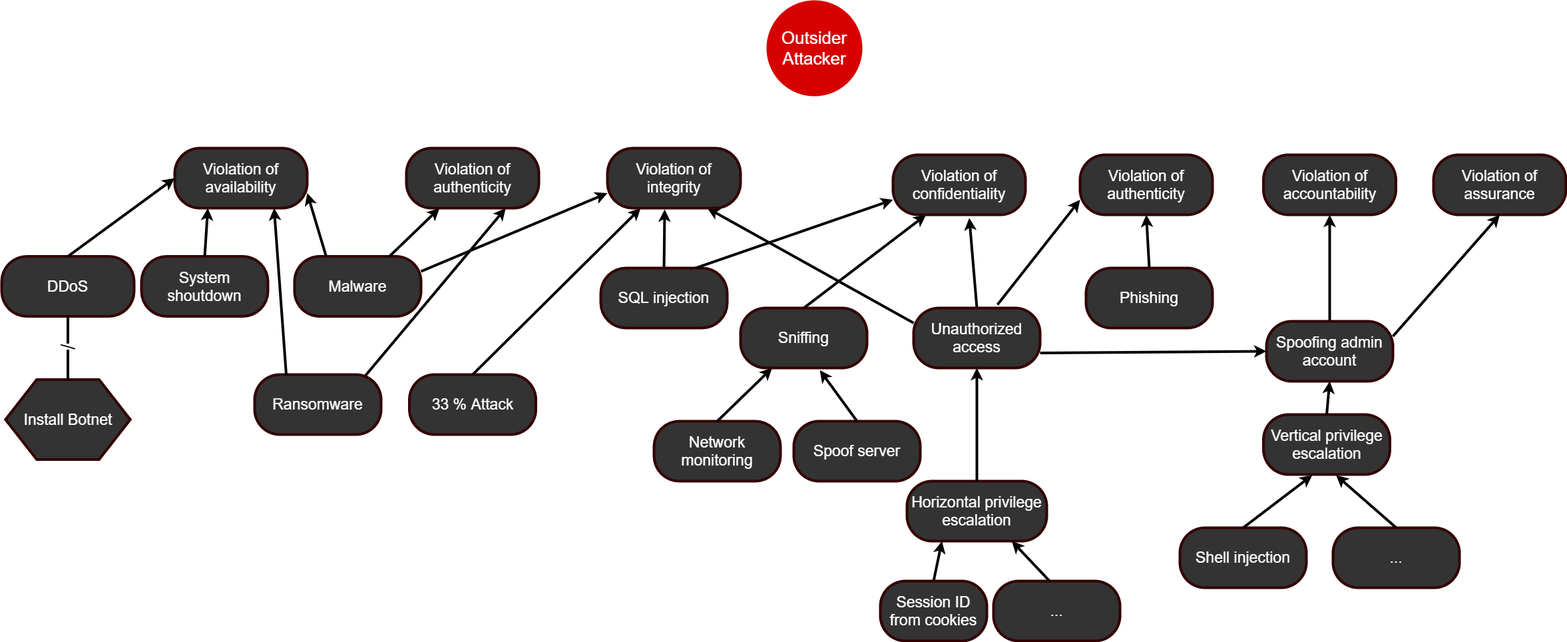
Above: png/Outsider attack trees.png in marzdeveloper/SoftwareCybersecurity (draw.io), before the change. Source tidied: cells renumbered, new cells last; positions are measured from the earlier drawing's top-left corner, leaving out a move shared by most shapes.
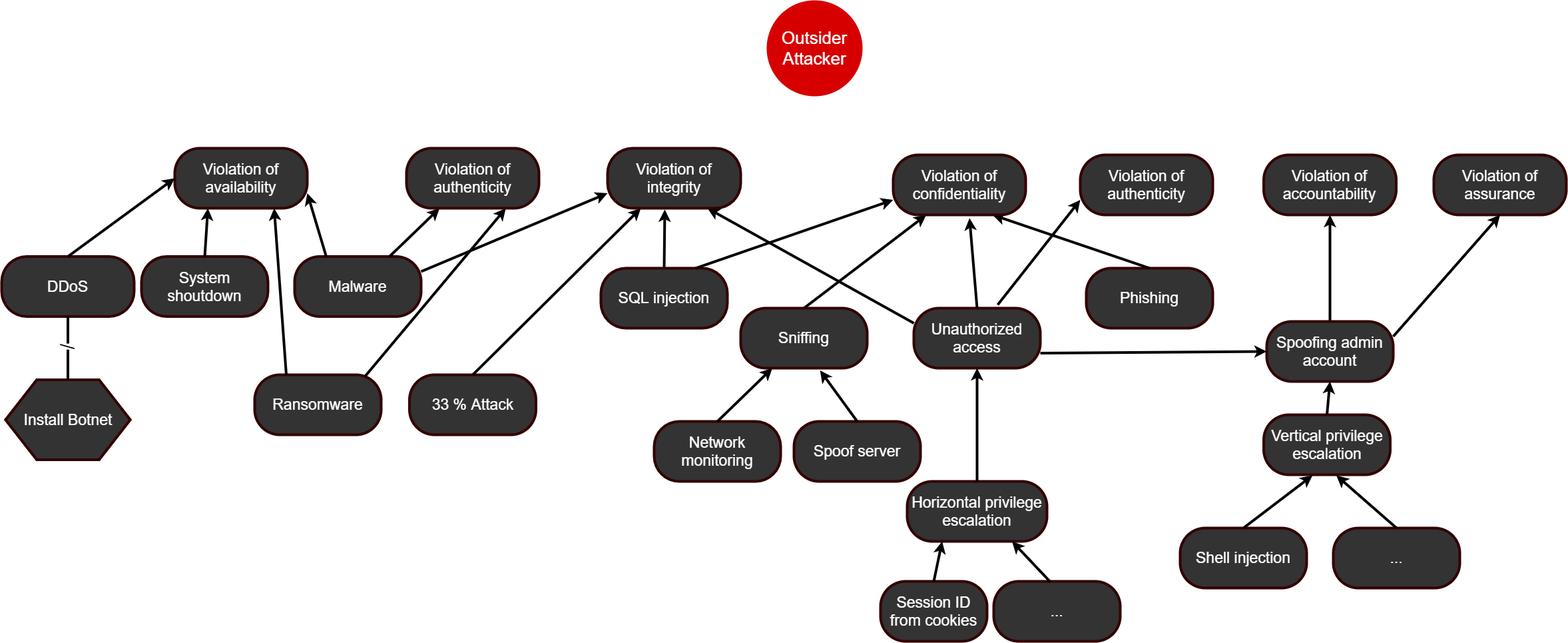
Later version of the same file.

What changed in the source:
```diff
@@ -145,7 +145,7 @@
     <mxCell id="48" value="&lt;font color=&quot;#ffffff&quot;&gt;&lt;span style=&quot;font-size: 23px&quot;&gt;Phishing&lt;br&gt;&lt;/span&gt;&lt;/font&gt;" style="rounded=1;whiteSpace=wrap;html=1;strokeColor=#330000;strokeWidth=4;fillColor=#333333;gradientColor=none;arcSize=42;" parent="1" vertex="1">
       <mxGeometry x="1629" y="400" width="190" height="90" as="geometry" />
     </mxCell>
-    <mxCell id="49" style="endArrow=classic;html=1;strokeColor=#000000;strokeWidth=4;fontColor=#FFD966;exitX=0.5;exitY=0;exitDx=0;exitDy=0;entryX=0.5;entryY=1;entryDx=0;entryDy=0;" parent="1" edge="1" source="48" target="3">
+    <mxCell id="49" style="endArrow=classic;html=1;strokeColor=#000000;strokeWidth=4;fontColor=#FFD966;exitX=0.5;exitY=0;exitDx=0;exitDy=0;entryX=0.75;entryY=1;entryDx=0;entryDy=0;" parent="1" edge="1" source="48" target="50">
       <mxGeometry relative="1" as="geometry" />
     </mxCell>
     <mxCell id="50" value="&lt;font color=&quot;#ffffff&quot; style=&quot;font-size: 23px&quot;&gt;Violation of confidentiality&lt;/font&gt;&lt;span style=&quot;font-family: monospace ; font-size: 0px&quot;&gt;3CmxGraphModel%3E%3Croot%3E%3CmxCell%20id%3D%220%22%2F%3E%3CmxCell%20id%3D%221%22%20parent%3D%220%22%2F%3E%3CmxCell%20id%3D%222%22%20value%3D%22%26lt%3Bfont%20color%3D%26quot%3B%23ffffff%26quot%3B%20style%3D%26quot%3Bfont-size%3A%2023px%26quot%3B%26gt%3BViolation%20of%20availability%26lt%3B%2Ffont%26gt%3B%22%20style%3D%22rounded%3D1%3BwhiteSpace%3Dwrap%3Bhtml%3D1%3BstrokeColor%3D%23330000%3BstrokeWidth%3D4%3BfillColor%3D%23333333%3BgradientColor%3Dnone%3BarcSize%3D42%3B%22%20vertex%3D%221%22%20parent%3D%221%22%3E%3CmxGeometry%20x%3D%22530%22%20y%3D%22260%22%20width%3D%22199%22%20height%3D%2290%22%20as%3D%22geometry%22%2F%3E%3C%2FmxCell%3E%3C%2Froot%3E%3C%2FmxGraphModel%3E&lt;/span&gt;" style="rounded=1;whiteSpace=wrap;html=1;strokeColor=#330000;strokeWidth=4;fillColor=#333333;gradientColor=none;arcSize=42;" parent="1" vertex="1">
```
